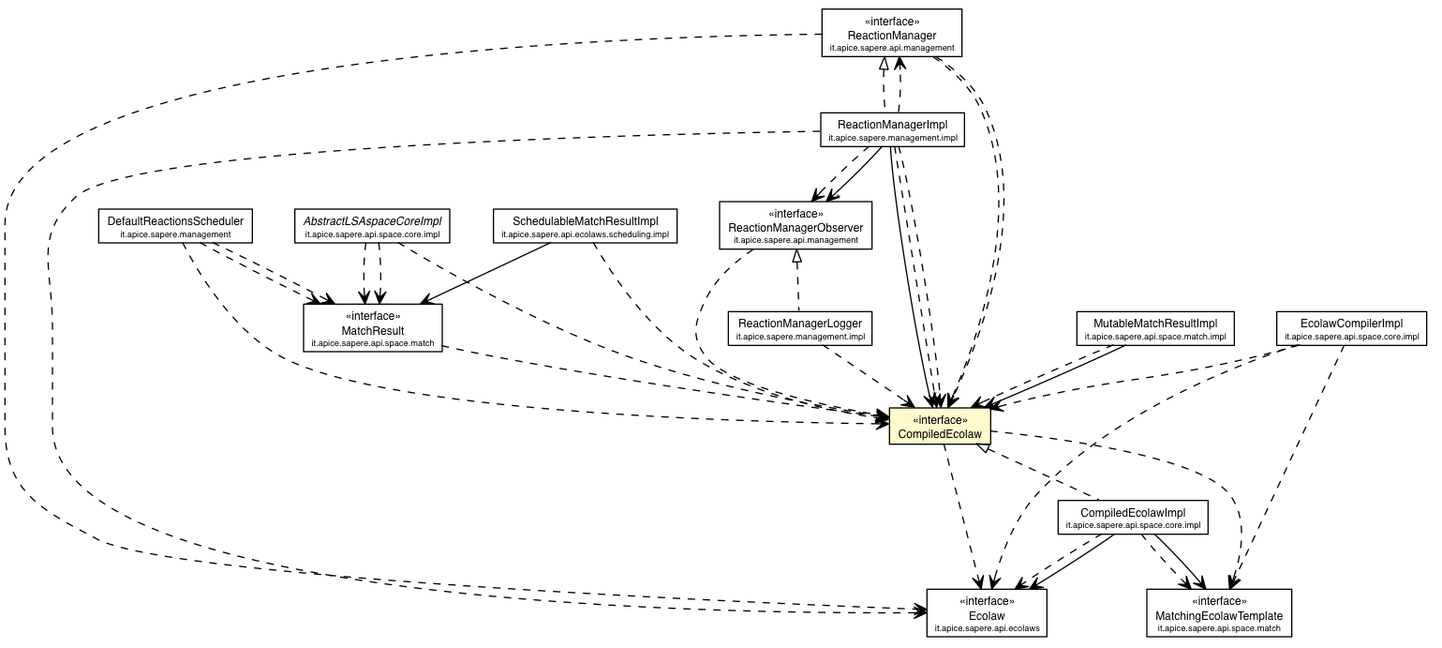
DanySK/Legacy-Contessi-Thesis-Semantic-Web-SAPERE keeps this Graphviz diagram as deployed-site/apidocs/it/apice/sapere/api/space/core/CompiledEcolaw.png. Above is the earlier version. Its source is kept beside it as deployed-site/apidocs/it/apice/sapere/api/space/core/CompiledEcolaw.dot.
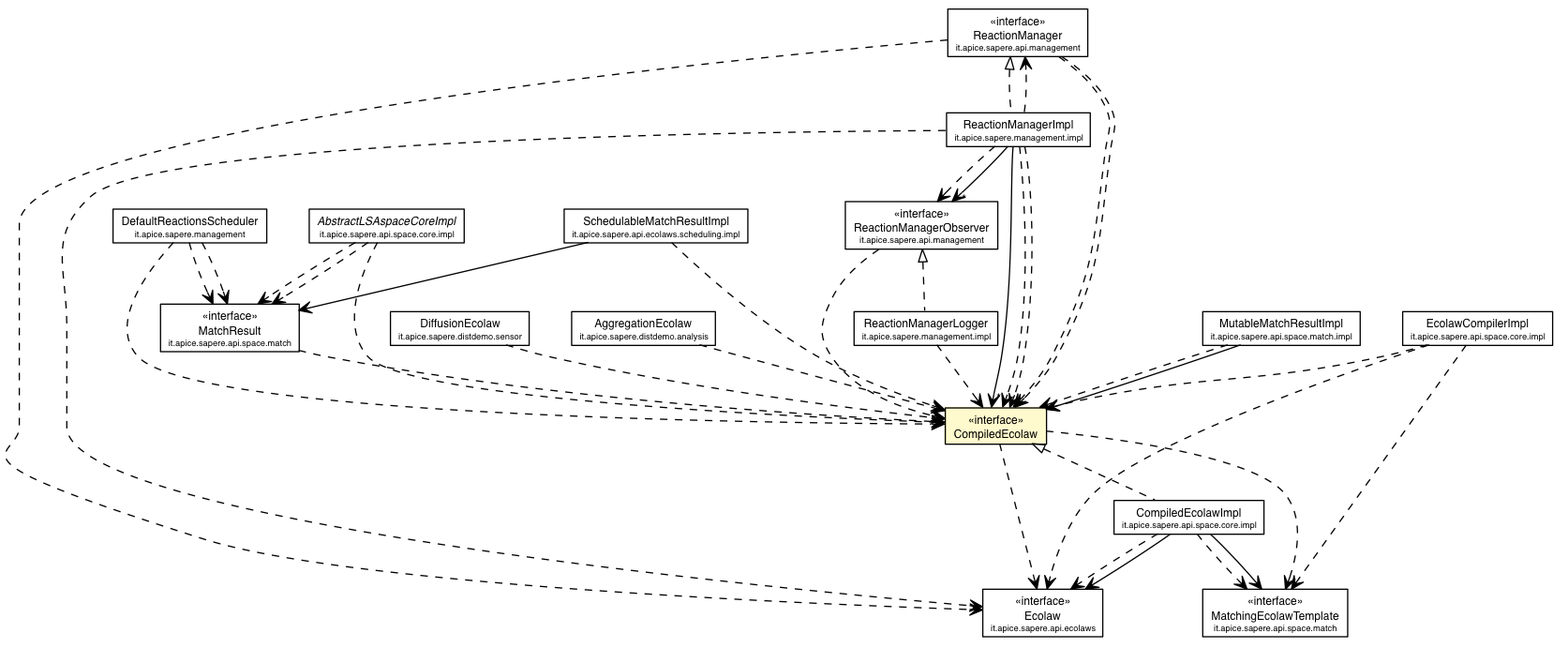
The same diagram one commit later.

The edit, as a diff of the source:
```diff
@@ -2,128 +2,142 @@
 digraph G {
 	edge [fontname="Helvetica",fontsize=10,labelfontname="Helvetica",labelfontsize=10];
 	node [fontname="Helvetica",fontsize=10,shape=plaintext];
-	c39438 [label=<<table border="0" cellborder="1" cellspacing="0" cellpadding="2" port="p" href="../../ecolaws/Ecolaw.html">
+	c45148 [label=<<table border="0" cellborder="1" cellspacing="0" cellpadding="2" port="p" href="../../ecolaws/Ecolaw.html">
 		<tr><td><table border="0" cellspacing="0" cellpadding="1">
 			<tr><td> &laquo;interface&raquo; </td></tr>
 			<tr><td> Ecolaw </td></tr>
 			<tr><td><font point-size="7.0"> it.apice.sapere.api.ecolaws </font></td></tr>
 		</table></td></tr>
 		</table>>, fontname="Helvetica", fontcolor="black", fontsize=9.0];
-	c39503 [label=<<table border="0" cellborder="1" cellspacing="0" cellpadding="2" port="p" href="../../management/ReactionManagerObserver.html">
+	c45213 [label=<<table border="0" cellborder="1" cellspacing="0" cellpadding="2" port="p" href="../../management/ReactionManagerObserver.html">
 		<tr><td><table border="0" cellspacing="0" cellpadding="1">
 			<tr><td> &laquo;interface&raquo; </td></tr>
 			<tr><td> ReactionManagerObserver </td></tr>
 			<tr><td><font point-size="7.0"> it.apice.sapere.api.management </font></td></tr>
 		</table></td></tr>
 		</table>>, fontname="Helvetica", fontcolor="black", fontsize=9.0];
-	c39504 [label=<<table border="0" cellborder="1" cellspacing="0" cellpadding="2" port="p" href="../../management/ReactionManager.html">
+	c45214 [label=<<table border="0" cellborder="1" cellspacing="0" cellpadding="2" port="p" href="../../management/ReactionManager.html">
 		<tr><td><table border="0" cellspacing="0" cellpadding="1">
 			<tr><td> &laquo;interface&raquo; </td></tr>
 			<tr><td> ReactionManager </td></tr>
 			<tr><td><font point-size="7.0"> it.apice.sapere.api.management </font></td></tr>
 		</table></td></tr>
 		</table>>, fontname="Helvetica", fontcolor="black", fontsize=9.0];
-	c39520 [label=<<table border="0" cellborder="1" cellspacing="0" cellpadding="2" port="p" bgcolor="lemonChiffon" href="./CompiledEcolaw.html">
+	c45230 [label=<<table border="0" cellborder="1" cellspacing="0" cellpadding="2" port="p" bgcolor="lemonChiffon" href="./CompiledEcolaw.html">
 		<tr><td><table border="0" cellspacing="0" cellpadding="1">
 			<tr><td> &laquo;interface&raquo; </td></tr>
 			<tr><td> CompiledEcolaw </td></tr>
 		</table></td></tr>
 		</table>>, fontname="Helvetica", fontcolor="black", fontsize=9.0];
-	c39528 [label=<<table border="0" cellborder="1" cellspacing="0" cellpadding="2" port="p" href="../match/MatchResult.html">
+	c45238 [label=<<table border="0" cellborder="1" cellspacing="0" cellpadding="2" port="p" href="../match/MatchResult.html">
 		<tr><td><table border="0" cellspacing="0" cellpadding="1">
 			<tr><td> &laquo;interface&raquo; </td></tr>
 			<tr><td> MatchResult </td></tr>
 			<tr><td><font point-size="7.0"> it.apice.sapere.api.space.match </font></td></tr>
 		</table></td></tr>
 		</table>>, fontname="Helvetica", fontcolor="black", fontsize=9.0];
-	c39529 [label=<<table border="0" cellborder="1" cellspacing="0" cellpadding="2" port="p" href="../match/MatchingEcolawTemplate.html">
+	c45239 [label=<<table border="0" cellborder="1" cellspacing="0" cellpadding="2" port="p" href="../match/MatchingEcolawTemplate.html">
 		<tr><td><table border="0" cellspacing="0" cellpadding="1">
 			<tr><td> &laquo;interface&raquo; </td></tr>
 			<tr><td> MatchingEcolawTemplate </td></tr>
 			<tr><td><font point-size="7.0"> it.apice.sapere.api.space.match </font></td></tr>
 		</table></td></tr>
 		</table>>, fontname="Helvetica", fontcolor="black", fontsize=9.0];
-	c39597 [label=<<table border="0" cellborder="1" cellspacing="0" cellpadding="2" port="p" href="./impl/EcolawCompilerImpl.html">
+	c45307 [label=<<table border="0" cellborder="1" cellspacing="0" cellpadding="2" port="p" href="./impl/EcolawCompilerImpl.html">
 		<tr><td><table border="0" cellspacing="0" cellpadding="1">
 			<tr><td> EcolawCompilerImpl </td></tr>
 			<tr><td><font point-size="7.0"> it.apice.sapere.api.space.core.impl </font></td></tr>
 		</table></td></tr>
 		</table>>, fontname="Helvetica", fontcolor="black", fontsize=9.0];
-	c39599 [label=<<table border="0" cellborder="1" cellspacing="0" cellpadding="2" port="p" href="./impl/CompiledEcolawImpl.html">
+	c45309 [label=<<table border="0" cellborder="1" cellspacing="0" cellpadding="2" port="p" href="./impl/CompiledEcolawImpl.html">
 		<tr><td><table border="0" cellspacing="0" cellpadding="1">
 			<tr><td> CompiledEcolawImpl </td></tr>
 			<tr><td><font point-size="7.0"> it.apice.sapere.api.space.core.impl </font></td></tr>
 		</table></td></tr>
 		</table>>, fontname="Helvetica", fontcolor="black", fontsize=9.0];
-	c39600 [label=<<table border="0" cellborder="1" cellspacing="0" cellpadding="2" port="p" href="./impl/AbstractLSAspaceCoreImpl.html">
+	c45310 [label=<<table border="0" cellborder="1" cellspacing="0" cellpadding="2" port="p" href="./impl/AbstractLSAspaceCoreImpl.html">
 		<tr><td><table border="0" cellspacing="0" cellpadding="1">
 			<tr><td><font face="Helvetica-Oblique"> AbstractLSAspaceCoreImpl </font></td></tr>
 			<tr><td><font point-size="7.0"> it.apice.sapere.api.space.core.impl </font></td></tr>
 		</table></td></tr>
 		</table>>, fontname="Helvetica", fontcolor="black", fontsize=9.0];
-	c39604 [label=<<table border="0" cellborder="1" cellspacing="0" cellpadding="2" port="p" href="../match/impl/MutableMatchResultImpl.html">
+	c45314 [label=<<table border="0" cellborder="1" cellspacing="0" cellpadding="2" port="p" href="../match/impl/MutableMatchResultImpl.html">
 		<tr><td><table border="0" cellspacing="0" cellpadding="1">
 			<tr><td> MutableMatchResultImpl </td></tr>
 			<tr><td><font point-size="7.0"> it.apice.sapere.api.space.match.impl </font></td></tr>
 		</table></td></tr>
 		</table>>, fontname="Helvetica", fontcolor="black", fontsize=9.0];
-	c39615 [label=<<table border="0" cellborder="1" cellspacing="0" cellpadding="2" port="p" href="../../ecolaws/scheduling/impl/SchedulableMatchResultImpl.html">
+	c45325 [label=<<table border="0" cellborder="1" cellspacing="0" cellpadding="2" port="p" href="../../ecolaws/scheduling/impl/SchedulableMatchResultImpl.html">
 		<tr><td><table border="0" cellspacing="0" cellpadding="1">
 			<tr><td> SchedulableMatchResultImpl </td></tr>
 			<tr><td><font point-size="7.0"> it.apice.sapere.api.ecolaws.scheduling.impl </font></td></tr>
 		</table></td></tr>
 		</table>>, fontname="Helvetica", fontcolor="black", fontsize=9.0];
-	c39616 [label=<<table border="0" cellborder="1" cellspacing="0" cellpadding="2" port="p" href="../../../management/DefaultReactionsScheduler.html">
+	c45326 [label=<<table border="0" cellborder="1" cellspacing="0" cellpadding="2" port="p" href="../../../management/DefaultReactionsScheduler.html">
 		<tr><td><table border="0" cellspacing="0" cellpadding="1">
 			<tr><td> DefaultReactionsScheduler </td></tr>
 			<tr><td><font point-size="7.0"> it.apice.sapere.management </font></td></tr>
 		</table></td></tr>
 		</table>>, fontname="Helvetica", fontcolor="black", fontsize=9.0];
-	c39618 [label=<<table border="0" cellborder="1" cellspacing="0" cellpadding="2" port="p" href="../../../management/impl/ReactionManagerLogger.html">
+	c45328 [label=<<table border="0" cellborder="1" cellspacing="0" cellpadding="2" port="p" href="../../../management/impl/ReactionManagerLogger.html">
 		<tr><td><table border="0" cellspacing="0" cellpadding="1">
 			<tr><td> ReactionManagerLogger </td></tr>
 			<tr><td><font point-size="7.0"> it.apice.sapere.management.impl </font></td></tr>
 		</table></td></tr>
 		</table>>, fontname="Helvetica", fontcolor="black", fontsize=9.0];
-	c39619 [label=<<table border="0" cellborder="1" cellspacing="0" cellpadding="2" port="p" href="../../../management/impl/ReactionManagerImpl.html">
+	c45329 [label=<<table border="0" cellborder="1" cellspacing="0" cellpadding="2" port="p" href="../../../management/impl/ReactionManagerImpl.html">
 		<tr><td><table border="0" cellspacing="0" cellpadding="1">
 			<tr><td> ReactionManagerImpl </td></tr>
 			<tr><td><font point-size="7.0"> it.apice.sapere.management.impl </font></td></tr>
 		</table></td></tr>
 		</table>>, fontname="Helvetica", fontcolor="black", fontsize=9.0];
-	c39520:p -> c39599:p [dir=back,arrowtail=empty,style=dashed];
-	c39503:p -> c39618:p [dir=back,arrowtail=empty,style=dashed];
-	c39504:p -> c39619:p [dir=back,arrowtail=empty,style=dashed];
-	c39599:p -> c39529:p [taillabel="", label="", headlabel="", fontname="Helvetica", fontcolor="black", fontsize=10.0, color="black", arrowhead=open];
-	c39599:p -> c39438:p [taillabel="", label="", headlabel="", fontname="Helvetica", fontcolor="black", fontsize=10.0, color="black", arrowhead=open];
-	c39604:p -> c39520:p [taillabel="", label="", headlabel="", fontname="Helvetica", fontcolor="black", fontsize=10.0, color="black", arrowhead=open];
-	c39615:p -> c39528:p [taillabel="", label="", headlabel="", fontname="Helvetica", fontcolor="black", fontsize=10.0, color="black", arrowhead=open];
-	c39619:p -> c39520:p [taillabel="", label="", headlabel="*", fontname="Helvetica", fontcolor="black", fontsize=10.0, color="black", arrowhead=open];
-	c39619:p -> c39503:p [taillabel="", label="", headlabel="*", fontname="Helvetica", fontcolor="black", fontsize=10.0, color="black", arrowhead=open];
-	c39503:p -> c39520:p [taillabel="", label="", headlabel="", fontname="Helvetica", fontcolor="black", fontsize=10.0, color="black", arrowhead=open, style=dashed];
-	c39504:p -> c39520:p [taillabel="", label="", headlabel="", fontname="Helvetica", fontcolor="black", fontsize=10.0, color="black", arrowhead=open, style=dashed];
-	c39504:p -> c39438:p [taillabel="", label="", headlabel="", fontname="Helvetica", fontcolor="black", fontsize=10.0, color="black", arrowhead=open, style=dashed];
-	c39504:p -> c39520:p [taillabel="", label="", headlabel="", fontname="Helvetica", fontcolor="black", fontsize=10.0, color="black", arrowhead=open, style=dashed];
-	c39520:p -> c39438:p [taillabel="", label="", headlabel="", fontname="Helvetica", fontcolor="black", fontsize=10.0, color="black", arrowhead=open, style=dashed];
-	c39520:p -> c39529:p [taillabel="", label="", headlabel="", fontname="Helvetica", fontcolor="black", fontsize=10.0, color="black", arrowhead=open, style=dashed];
-	c39528:p -> c39520:p [taillabel="", label="", headlabel="", fontname="Helvetica", fontcolor="black", fontsize=10.0, color="black", arrowhead=open, style=dashed];
-	c39597:p -> c39438:p [taillabel="", label="", headlabel="", fontname="Helvetica", fontcolor="black", fontsize=10.0, color="black", arrowhead=open, style=dashed];
-	c39597:p -> c39529:p [taillabel="", label="", headlabel="", fontname="Helvetica", fontcolor="black", fontsize=10.0, color="black", arrowhead=open, style=dashed];
-	c39597:p -> c39520:p [taillabel="", label="", headlabel="", fontname="Helvetica", fontcolor="black", fontsize=10.0, color="black", arrowhead=open, style=dashed];
-	c39599:p -> c39438:p [taillabel="", label="", headlabel="", fontname="Helvetica", fontcolor="black", fontsize=10.0, color="black", arrowhead=open, style=dashed];
-	c39599:p -> c39529:p [taillabel="", label="", headlabel="", fontname="Helvetica", fontcolor="black", fontsize=10.0, color="black", arrowhead=open, style=dashed];
-	c39600:p -> c39528:p [taillabel="", label="", headlabel="", fontname="Helvetica", fontcolor="black", fontsize=10.0, color="black", arrowhead=open, style=dashed];
-	c39600:p -> c39528:p [taillabel="", label="", headlabel="", fontname="Helvetica", fontcolor="black", fontsize=10.0, color="black", arrowhead=open, style=dashed];
-	c39600:p -> c39520:p [taillabel="", label="", headlabel="", fontname="Helvetica", fontcolor="black", fontsize=10.0, color="black", arrowhead=open, style=dashed];
-	c39604:p -> c39520:p [taillabel="", label="", headlabel="", fontname="Helvetica", fontcolor="black", fontsize=10.0, color="black", arrowhead=open, style=dashed];
-	c39615:p -> c39520:p [taillabel="", label="", headlabel="", fontname="Helvetica", fontcolor="black", fontsize=10.0, color="black", arrowhead=open, style=dashed];
-	c39616:p -> c39528:p [taillabel="", label="", headlabel="", fontname="Helvetica", fontcolor="black", fontsize=10.0, color="black", arrowhead=open, style=dashed];
-	c39616:p -> c39520:p [taillabel="", label="", headlabel="", fontname="Helvetica", fontcolor="black", fontsize=10.0, color="black", arrowhead=open, style=dashed];
-	c39616:p -> c39528:p [taillabel="", label="", headlabel="", fontname="Helvetica", fontcolor="black", fontsize=10.0, color="black", arrowhead=open, style=dashed];
-	c39618:p -> c39520:p [taillabel="", label="", headlabel="", fontname="Helvetica", fontcolor="black", fontsize=10.0, color="black", arrowhead=open, style=dashed];
-	c39619:p -> c39438:p [taillabel="", label="", headlabel="", fontname="Helvetica", fontcolor="black", fontsize=10.0, color="black", arrowhead=open, style=dashed];
-	c39619:p -> c39504:p [taillabel="", label="", headlabel="", fontname="Helvetica", fontcolor="black", fontsize=10.0, color="black", arrowhead=open, style=dashed];
-	c39619:p -> c39503:p [taillabel="", label="", headlabel="", fontname="Helvetica", fontcolor="black", fontsize=10.0, color="black", arrowhead=open, style=dashed];
-	c39619:p -> c39520:p [taillabel="", label="", headlabel="", fontname="Helvetica", fontcolor="black", fontsize=10.0, color="black", arrowhead=open, style=dashed];
-	c39619:p -> c39520:p [taillabel="", label="", headlabel="", fontname="Helvetica", fontcolor="black", fontsize=10.0, color="black", arrowhead=open, style=dashed];
+	c45379 [label=<<table border="0" cellborder="1" cellspacing="0" cellpadding="2" port="p" href="../../../distdemo/sensor/DiffusionEcolaw.html">
+		<tr><td><table border="0" cellspacing="0" cellpadding="1">
+			<tr><td> DiffusionEcolaw </td></tr>
+			<tr><td><font point-size="7.0"> it.apice.sapere.distdemo.sensor </font></td></tr>
+		</table></td></tr>
+		</table>>, fontname="Helvetica", fontcolor="black", fontsize=9.0];
+	c45384 [label=<<table border="0" cellborder="1" cellspacing="0" cellpadding="2" port="p" href="../../../distdemo/analysis/AggregationEcolaw.html">
+		<tr><td><table border="0" cellspacing="0" cellpadding="1">
+			<tr><td> AggregationEcolaw </td></tr>
+			<tr><td><font point-size="7.0"> it.apice.sapere.distdemo.analysis </font></td></tr>
+		</table></td></tr>
+		</table>>, fontname="Helvetica", fontcolor="black", fontsize=9.0];
+	c45230:p -> c45309:p [dir=back,arrowtail=empty,style=dashed];
+	c45213:p -> c45328:p [dir=back,arrowtail=empty,style=dashed];
+	c45214:p -> c45329:p [dir=back,arrowtail=empty,style=dashed];
+	c45309:p -> c45239:p [taillabel="", label="", headlabel="", fontname="Helvetica", fontcolor="black", fontsize=10.0, color="black", arrowhead=open];
+	c45309:p -> c45148:p [taillabel="", label="", headlabel="", fontname="Helvetica", fontcolor="black", fontsize=10.0, color="black", arrowhead=open];
+	c45314:p -> c45230:p [taillabel="", label="", headlabel="", fontname="Helvetica", fontcolor="black", fontsize=10.0, color="black", arrowhead=open];
+	c45325:p -> c45238:p [taillabel="", label="", headlabel="", fontname="Helvetica", fontcolor="black", fontsize=10.0, color="black", arrowhead=open];
+	c45329:p -> c45230:p [taillabel="", label="", headlabel="*", fontname="Helvetica", fontcolor="black", fontsize=10.0, color="black", arrowhead=open];
+	c45329:p -> c45213:p [taillabel="", label="", headlabel="*", fontname="Helvetica", fontcolor="black", fontsize=10.0, color="black", arrowhead=open];
+	c45213:p -> c45230:p [taillabel="", label="", headlabel="", fontname="Helvetica", fontcolor="black", fontsize=10.0, color="black", arrowhead=open, style=dashed];
+	c45214:p -> c45148:p [taillabel="", label="", headlabel="", fontname="Helvetica", fontcolor="black", fontsize=10.0, color="black", arrowhead=open, style=dashed];
+	c45214:p -> c45230:p [taillabel="", label="", headlabel="", fontname="Helvetica", fontcolor="black", fontsize=10.0, color="black", arrowhead=open, style=dashed];
+	c45214:p -> c45230:p [taillabel="", label="", headlabel="", fontname="Helvetica", fontcolor="black", fontsize=10.0, color="black", arrowhead=open, style=dashed];
+	c45230:p -> c45148:p [taillabel="", label="", headlabel="", fontname="Helvetica", fontcolor="black", fontsize=10.0, color="black", arrowhead=open, style=dashed];
+	c45230:p -> c45239:p [taillabel="", label="", headlabel="", fontname="Helvetica", fontcolor="black", fontsize=10.0, color="black", arrowhead=open, style=dashed];
+	c45238:p -> c45230:p [taillabel="", label="", headlabel="", fontname="Helvetica", fontcolor="black", fontsize=10.0, color="black", arrowhead=open, style=dashed];
+	c45307:p -> c45239:p [taillabel="", label="", headlabel="", fontname="Helvetica", fontcolor="black", fontsize=10.0, color="black", arrowhead=open, style=dashed];
+	c45307:p -> c45148:p [taillabel="", label="", headlabel="", fontname="Helvetica", fontcolor="black", fontsize=10.0, color="black", arrowhead=open, style=dashed];
+	c45307:p -> c45230:p [taillabel="", label="", headlabel="", fontname="Helvetica", fontcolor="black", fontsize=10.0, color="black", arrowhead=open, style=dashed];
+	c45309:p -> c45148:p [taillabel="", label="", headlabel="", fontname="Helvetica", fontcolor="black", fontsize=10.0, color="black", arrowhead=open, style=dashed];
+	c45309:p -> c45239:p [taillabel="", label="", headlabel="", fontname="Helvetica", fontcolor="black", fontsize=10.0, color="black", arrowhead=open, style=dashed];
+	c45310:p -> c45238:p [taillabel="", label="", headlabel="", fontname="Helvetica", fontcolor="black", fontsize=10.0, color="black", arrowhead=open, style=dashed];
+	c45310:p -> c45238:p [taillabel="", label="", headlabel="", fontname="Helvetica", fontcolor="black", fontsize=10.0, color="black", arrowhead=open, style=dashed];
+	c45310:p -> c45230:p [taillabel="", label="", headlabel="", fontname="Helvetica", fontcolor="black", fontsize=10.0, color="black", arrowhead=open, style=dashed];
+	c45314:p -> c45230:p [taillabel="", label="", headlabel="", fontname="Helvetica", fontcolor="black", fontsize=10.0, color="black", arrowhead=open, style=dashed];
+	c45325:p -> c45230:p [taillabel="", label="", headlabel="", fontname="Helvetica", fontcolor="black", fontsize=10.0, color="black", arrowhead=open, style=dashed];
+	c45326:p -> c45230:p [taillabel="", label="", headlabel="", fontname="Helvetica", fontcolor="black", fontsize=10.0, color="black", arrowhead=open, style=dashed];
+	c45326:p -> c45238:p [taillabel="", label="", headlabel="", fontname="Helvetica", fontcolor="black", fontsize=10.0, color="black", arrowhead=open, style=dashed];
+	c45326:p -> c45238:p [taillabel="", label="", headlabel="", fontname="Helvetica", fontcolor="black", fontsize=10.0, color="black", arrowhead=open, style=dashed];
+	c45328:p -> c45230:p [taillabel="", label="", headlabel="", fontname="Helvetica", fontcolor="black", fontsize=10.0, color="black", arrowhead=open, style=dashed];
+	c45329:p -> c45148:p [taillabel="", label="", headlabel="", fontname="Helvetica", fontcolor="black", fontsize=10.0, color="black", arrowhead=open, style=dashed];
+	c45329:p -> c45230:p [taillabel="", label="", headlabel="", fontname="Helvetica", fontcolor="black", fontsize=10.0, color="black", arrowhead=open, style=dashed];
+	c45329:p -> c45230:p [taillabel="", label="", headlabel="", fontname="Helvetica", fontcolor="black", fontsize=10.0, color="black", arrowhead=open, style=dashed];
+	c45329:p -> c45214:p [taillabel="", label="", headlabel="", fontname="Helvetica", fontcolor="black", fontsize=10.0, color="black", arrowhead=open, style=dashed];
+	c45329:p -> c45213:p [taillabel="", label="", headlabel="", fontname="Helvetica", fontcolor="black", fontsize=10.0, color="black", arrowhead=open, style=dashed];
+	c45379:p -> c45230:p [taillabel="", label="", headlabel="", fontname="Helvetica", fontcolor="black", fontsize=10.0, color="black", arrowhead=open, style=dashed];
+	c45384:p -> c45230:p [taillabel="", label="", headlabel="", fontname="Helvetica", fontcolor="black", fontsize=10.0, color="black", arrowhead=open, style=dashed];
 }
```
